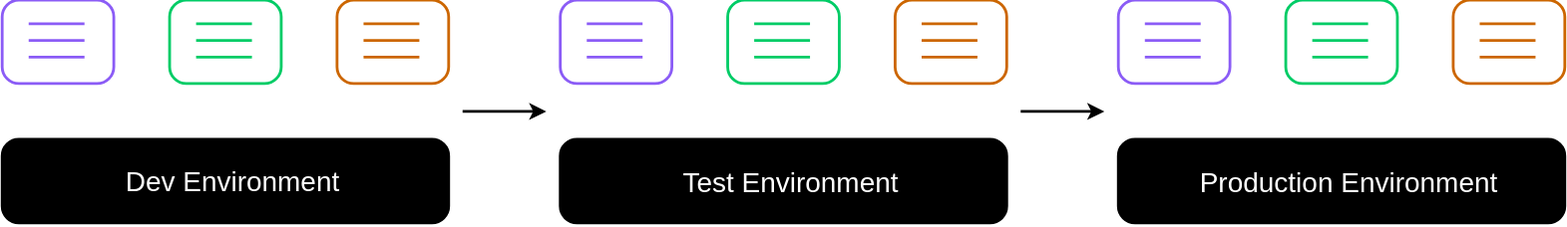
Before: presentation/assets/images/02_virtualization_vs_containerization/component-migration.svg, a diagram exported from draw.io (Gepardec/containerization-training). Source tidied: cells renumbered, new cells last; positions are measured from the earlier drawing's top-left corner, leaving out a move shared by most shapes. Source of this version:
```xml
<mxGraphModel>
  <root>
    <mxCell id="0" />
    <mxCell id="1" parent="0" />
    <mxCell id="2" style="rounded=1;whiteSpace=wrap;html=1;arcSize=20;fontSize=18;align=center;perimeterSpacing=0;spacingLeft=10;strokeColor=#8B5CF6;strokeWidth=2;fillColor=none;" parent="1" vertex="1">
      <mxGeometry width="80" height="60" as="geometry" />
    </mxCell>
    <mxCell id="3" style="endArrow=none;html=1;rounded=0;strokeColor=#8B5CF6;strokeWidth=2;" parent="1" edge="1">
      <mxGeometry relative="1" as="geometry">
        <mxPoint x="19" y="17" as="sourcePoint" />
        <mxPoint x="59" y="17" as="targetPoint" />
      </mxGeometry>
    </mxCell>
    <mxCell id="4" style="endArrow=none;html=1;rounded=0;strokeColor=#8B5CF6;strokeWidth=2;" parent="1" edge="1">
      <mxGeometry relative="1" as="geometry">
        <mxPoint x="19" y="29" as="sourcePoint" />
        <mxPoint x="59" y="29" as="targetPoint" />
      </mxGeometry>
    </mxCell>
    <mxCell id="5" style="endArrow=none;html=1;rounded=0;strokeColor=#8B5CF6;strokeWidth=2;" parent="1" edge="1">
      <mxGeometry relative="1" as="geometry">
        <mxPoint x="19" y="41" as="sourcePoint" />
        <mxPoint x="59" y="41" as="targetPoint" />
      </mxGeometry>
    </mxCell>
    <mxCell id="6" style="rounded=1;whiteSpace=wrap;html=1;arcSize=20;fontSize=18;align=center;perimeterSpacing=0;spacingLeft=10;strokeColor=#00CC66;strokeWidth=2;fillColor=none;" parent="1" vertex="1">
      <mxGeometry x="120" width="80" height="60" as="geometry" />
    </mxCell>
    <mxCell id="7" style="endArrow=none;html=1;rounded=0;strokeColor=#00CC66;strokeWidth=2;" parent="1" edge="1">
      <mxGeometry relative="1" as="geometry">
        <mxPoint x="139" y="17" as="sourcePoint" />
        <mxPoint x="179" y="17" as="targetPoint" />
      </mxGeometry>
    </mxCell>
    <mxCell id="8" style="endArrow=none;html=1;rounded=0;strokeColor=#00CC66;strokeWidth=2;" parent="1" edge="1">
      <mxGeometry relative="1" as="geometry">
        <mxPoint x="139" y="29" as="sourcePoint" />
        <mxPoint x="179" y="29" as="targetPoint" />
      </mxGeometry>
    </mxCell>
    <mxCell id="9" style="endArrow=none;html=1;rounded=0;strokeColor=#00CC66;strokeWidth=2;" parent="1" edge="1">
      <mxGeometry relative="1" as="geometry">
        <mxPoint x="139" y="41" as="sourcePoint" />
        <mxPoint x="179" y="41" as="targetPoint" />
      </mxGeometry>
    </mxCell>
    <mxCell id="10" style="rounded=1;whiteSpace=wrap;html=1;arcSize=20;fontSize=18;align=center;perimeterSpacing=0;spacingLeft=10;strokeColor=#CC6600;strokeWidth=2;fillColor=none;" parent="1" vertex="1">
      <mxGeometry x="240" width="80" height="60" as="geometry" />
    </mxCell>
    <mxCell id="11" style="endArrow=none;html=1;rounded=0;strokeColor=#CC6600;strokeWidth=2;" parent="1" edge="1">
      <mxGeometry relative="1" as="geometry">
        <mxPoint x="259" y="17" as="sourcePoint" />
        <mxPoint x="299" y="17" as="targetPoint" />
      </mxGeometry>
    </mxCell>
    <mxCell id="12" style="endArrow=none;html=1;rounded=0;strokeColor=#CC6600;strokeWidth=2;" parent="1" edge="1">
      <mxGeometry relative="1" as="geometry">
        <mxPoint x="259" y="29" as="sourcePoint" />
        <mxPoint x="299" y="29" as="targetPoint" />
      </mxGeometry>
    </mxCell>
    <mxCell id="13" style="endArrow=none;html=1;rounded=0;strokeColor=#CC6600;strokeWidth=2;" parent="1" edge="1">
      <mxGeometry relative="1" as="geometry">
        <mxPoint x="259" y="41" as="sourcePoint" />
        <mxPoint x="299" y="41" as="targetPoint" />
      </mxGeometry>
    </mxCell>
    <mxCell id="14" style="rounded=1;whiteSpace=wrap;html=1;arcSize=20;fontSize=18;align=center;perimeterSpacing=0;spacingLeft=10;strokeColor=#8B5CF6;strokeWidth=2;fillColor=none;" parent="1" vertex="1">
      <mxGeometry x="400" width="80" height="60" as="geometry" />
    </mxCell>
    <mxCell id="15" style="endArrow=none;html=1;rounded=0;strokeColor=#8B5CF6;strokeWidth=2;" parent="1" edge="1">
      <mxGeometry relative="1" as="geometry">
        <mxPoint x="419" y="17" as="sourcePoint" />
        <mxPoint x="459" y="17" as="targetPoint" />
      </mxGeometry>
    </mxCell>
    <mxCell id="16" style="endArrow=none;html=1;rounded=0;strokeColor=#8B5CF6;strokeWidth=2;" parent="1" edge="1">
      <mxGeometry relative="1" as="geometry">
        <mxPoint x="419" y="29" as="sourcePoint" />
        <mxPoint x="459" y="29" as="targetPoint" />
      </mxGeometry>
    </mxCell>
    <mxCell id="17" style="endArrow=none;html=1;rounded=0;strokeColor=#8B5CF6;strokeWidth=2;" parent="1" edge="1">
      <mxGeometry relative="1" as="geometry">
        <mxPoint x="419" y="41" as="sourcePoint" />
        <mxPoint x="459" y="41" as="targetPoint" />
      </mxGeometry>
    </mxCell>
    <mxCell id="18" style="rounded=1;whiteSpace=wrap;html=1;arcSize=20;fontSize=18;align=center;perimeterSpacing=0;spacingLeft=10;strokeColor=#00CC66;strokeWidth=2;fillColor=none;" parent="1" vertex="1">
      <mxGeometry x="520" width="80" height="60" as="geometry" />
    </mxCell>
    <mxCell id="19" style="endArrow=none;html=1;rounded=0;strokeColor=#00CC66;strokeWidth=2;" parent="1" edge="1">
      <mxGeometry relative="1" as="geometry">
        <mxPoint x="539" y="17" as="sourcePoint" />
        <mxPoint x="579" y="17" as="targetPoint" />
      </mxGeometry>
    </mxCell>
    <mxCell id="20" style="endArrow=none;html=1;rounded=0;strokeColor=#00CC66;strokeWidth=2;" parent="1" edge="1">
      <mxGeometry relative="1" as="geometry">
        <mxPoint x="539" y="29" as="sourcePoint" />
        <mxPoint x="579" y="29" as="targetPoint" />
      </mxGeometry>
    </mxCell>
    <mxCell id="21" style="endArrow=none;html=1;rounded=0;strokeColor=#00CC66;strokeWidth=2;" parent="1" edge="1">
      <mxGeometry relative="1" as="geometry">
        <mxPoint x="539" y="41" as="sourcePoint" />
        <mxPoint x="579" y="41" as="targetPoint" />
      </mxGeometry>
    </mxCell>
    <mxCell id="22" style="rounded=1;whiteSpace=wrap;html=1;arcSize=20;fontSize=18;align=center;perimeterSpacing=0;spacingLeft=10;strokeColor=#CC6600;strokeWidth=2;fillColor=none;" parent="1" vertex="1">
      <mxGeometry x="640" width="80" height="60" as="geometry" />
    </mxCell>
    <mxCell id="23" style="endArrow=none;html=1;rounded=0;strokeColor=#CC6600;strokeWidth=2;" parent="1" edge="1">
      <mxGeometry relative="1" as="geometry">
        <mxPoint x="659" y="17" as="sourcePoint" />
        <mxPoint x="699" y="17" as="targetPoint" />
      </mxGeometry>
    </mxCell>
    <mxCell id="24" style="endArrow=none;html=1;rounded=0;strokeColor=#CC6600;strokeWidth=2;" parent="1" edge="1">
      <mxGeometry relative="1" as="geometry">
        <mxPoint x="659" y="29" as="sourcePoint" />
        <mxPoint x="699" y="29" as="targetPoint" />
      </mxGeometry>
    </mxCell>
    <mxCell id="25" style="endArrow=none;html=1;rounded=0;strokeColor=#CC6600;strokeWidth=2;" parent="1" edge="1">
      <mxGeometry relative="1" as="geometry">
        <mxPoint x="659" y="41" as="sourcePoint" />
        <mxPoint x="699" y="41" as="targetPoint" />
      </mxGeometry>
    </mxCell>
    <mxCell id="26" value="&lt;font style=&quot;font-size: 20px;&quot;&gt;Dev Environment&lt;/font&gt;" style="rounded=1;whiteSpace=wrap;html=1;arcSize=20;fontSize=18;align=center;perimeterSpacing=0;spacingLeft=10;strokeColor=#000000;strokeWidth=2;fontColor=#FFFFFF;fillColor=#000000;" parent="1" vertex="1">
      <mxGeometry y="100" width="320" height="60" as="geometry" />
    </mxCell>
    <mxCell id="27" value="Test Environment" style="rounded=1;whiteSpace=wrap;html=1;arcSize=20;fontSize=20;align=center;perimeterSpacing=0;spacingLeft=10;strokeColor=#000000;strokeWidth=2;fontColor=#FFFFFF;fillColor=#000000;" parent="1" vertex="1">
      <mxGeometry x="400" y="100" width="320" height="60" as="geometry" />
    </mxCell>
    <mxCell id="28" style="endArrow=classic;html=1;rounded=0;fontSize=20;fontColor=#000000;strokeColor=#000000;strokeWidth=2;" parent="1" edge="1">
      <mxGeometry relative="1" as="geometry">
        <mxPoint x="330" y="80" as="sourcePoint" />
        <mxPoint x="390" y="80" as="targetPoint" />
      </mxGeometry>
    </mxCell>
    <mxCell id="29" style="rounded=1;whiteSpace=wrap;html=1;arcSize=20;fontSize=18;align=center;perimeterSpacing=0;spacingLeft=10;strokeColor=#8B5CF6;strokeWidth=2;fillColor=none;" parent="1" vertex="1">
      <mxGeometry x="800" width="80" height="60" as="geometry" />
    </mxCell>
    <mxCell id="30" style="endArrow=none;html=1;rounded=0;strokeColor=#8B5CF6;strokeWidth=2;" parent="1" edge="1">
      <mxGeometry relative="1" as="geometry">
        <mxPoint x="819" y="17" as="sourcePoint" />
        <mxPoint x="859" y="17" as="targetPoint" />
      </mxGeometry>
    </mxCell>
    <mxCell id="31" style="endArrow=none;html=1;rounded=0;strokeColor=#8B5CF6;strokeWidth=2;" parent="1" edge="1">
      <mxGeometry relative="1" as="geometry">
        <mxPoint x="819" y="29" as="sourcePoint" />
        <mxPoint x="859" y="29" as="targetPoint" />
      </mxGeometry>
    </mxCell>
    <mxCell id="32" style="endArrow=none;html=1;rounded=0;strokeColor=#8B5CF6;strokeWidth=2;" parent="1" edge="1">
      <mxGeometry relative="1" as="geometry">
        <mxPoint x="819" y="41" as="sourcePoint" />
        <mxPoint x="859" y="41" as="targetPoint" />
      </mxGeometry>
    </mxCell>
    <mxCell id="33" style="rounded=1;whiteSpace=wrap;html=1;arcSize=20;fontSize=18;align=center;perimeterSpacing=0;spacingLeft=10;strokeColor=#00CC66;strokeWidth=2;fillColor=none;" parent="1" vertex="1">
      <mxGeometry x="920" width="80" height="60" as="geometry" />
    </mxCell>
    <mxCell id="34" style="endArrow=none;html=1;rounded=0;strokeColor=#00CC66;strokeWidth=2;" parent="1" edge="1">
      <mxGeometry relative="1" as="geometry">
        <mxPoint x="939" y="17" as="sourcePoint" />
        <mxPoint x="979" y="17" as="targetPoint" />
      </mxGeometry>
    </mxCell>
    <mxCell id="35" style="endArrow=none;html=1;rounded=0;strokeColor=#00CC66;strokeWidth=2;" parent="1" edge="1">
      <mxGeometry relative="1" as="geometry">
        <mxPoint x="939" y="29" as="sourcePoint" />
        <mxPoint x="979" y="29" as="targetPoint" />
      </mxGeometry>
    </mxCell>
    <mxCell id="36" style="endArrow=none;html=1;rounded=0;strokeColor=#00CC66;strokeWidth=2;" parent="1" edge="1">
      <mxGeometry relative="1" as="geometry">
        <mxPoint x="939" y="41" as="sourcePoint" />
        <mxPoint x="979" y="41" as="targetPoint" />
      </mxGeometry>
    </mxCell>
    <mxCell id="37" style="rounded=1;whiteSpace=wrap;html=1;arcSize=20;fontSize=18;align=center;perimeterSpacing=0;spacingLeft=10;strokeColor=#CC6600;strokeWidth=2;fillColor=none;" parent="1" vertex="1">
      <mxGeometry x="1040" width="80" height="60" as="geometry" />
    </mxCell>
    <mxCell id="38" style="endArrow=none;html=1;rounded=0;strokeColor=#CC6600;strokeWidth=2;" parent="1" edge="1">
      <mxGeometry relative="1" as="geometry">
        <mxPoint x="1059" y="17" as="sourcePoint" />
        <mxPoint x="1099" y="17" as="targetPoint" />
      </mxGeometry>
    </mxCell>
    <mxCell id="39" style="endArrow=none;html=1;rounded=0;strokeColor=#CC6600;strokeWidth=2;" parent="1" edge="1">
      <mxGeometry relative="1" as="geometry">
        <mxPoint x="1059" y="29" as="sourcePoint" />
        <mxPoint x="1099" y="29" as="targetPoint" />
      </mxGeometry>
    </mxCell>
    <mxCell id="40" style="endArrow=none;html=1;rounded=0;strokeColor=#CC6600;strokeWidth=2;" parent="1" edge="1">
      <mxGeometry relative="1" as="geometry">
        <mxPoint x="1059" y="41" as="sourcePoint" />
        <mxPoint x="1099" y="41" as="targetPoint" />
      </mxGeometry>
    </mxCell>
    <mxCell id="41" value="Production Environment" style="rounded=1;whiteSpace=wrap;html=1;arcSize=20;fontSize=20;align=center;perimeterSpacing=0;spacingLeft=10;strokeColor=#000000;strokeWidth=2;fontColor=#FFFFFF;fillColor=#000000;" parent="1" vertex="1">
      <mxGeometry x="800" y="100" width="320" height="60" as="geometry" />
    </mxCell>
    <mxCell id="42" style="endArrow=classic;html=1;rounded=0;fontSize=20;fontColor=#000000;strokeColor=#000000;strokeWidth=2;" parent="1" edge="1">
      <mxGeometry relative="1" as="geometry">
        <mxPoint x="730" y="80" as="sourcePoint" />
        <mxPoint x="790" y="80" as="targetPoint" />
      </mxGeometry>
    </mxCell>
  </root>
</mxGraphModel>
```
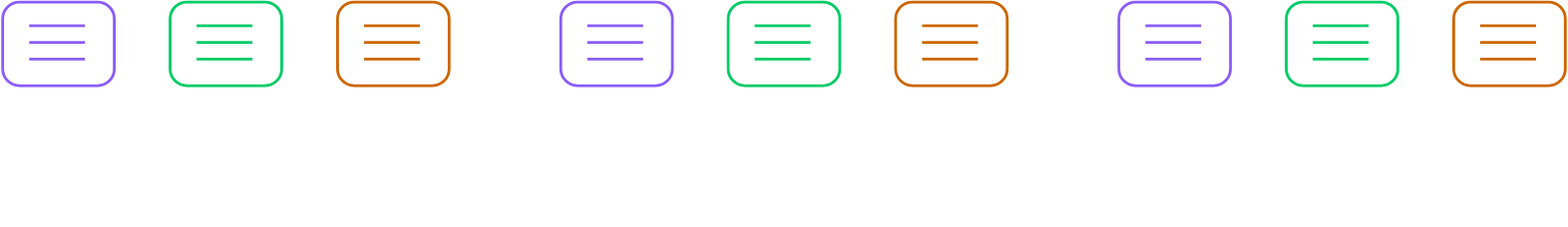
After the commit.

What changed in the source:
```diff
@@ -128,13 +128,13 @@
         <mxPoint x="699" y="41" as="targetPoint" />
       </mxGeometry>
     </mxCell>
-    <mxCell id="26" value="&lt;font style=&quot;font-size: 20px;&quot;&gt;Dev Environment&lt;/font&gt;" style="rounded=1;whiteSpace=wrap;html=1;arcSize=20;fontSize=18;align=center;perimeterSpacing=0;spacingLeft=10;strokeColor=#000000;strokeWidth=2;fontColor=#FFFFFF;fillColor=#000000;" parent="1" vertex="1">
+    <mxCell id="26" value="&lt;font style=&quot;font-size: 20px;&quot;&gt;Dev Environment&lt;/font&gt;" style="rounded=1;whiteSpace=wrap;html=1;arcSize=20;fontSize=18;align=center;perimeterSpacing=0;spacingLeft=10;strokeColor=#FFFFFF;strokeWidth=2;fontColor=#FFFFFF;fillColor=none;" parent="1" vertex="1">
       <mxGeometry y="100" width="320" height="60" as="geometry" />
     </mxCell>
-    <mxCell id="27" value="Test Environment" style="rounded=1;whiteSpace=wrap;html=1;arcSize=20;fontSize=20;align=center;perimeterSpacing=0;spacingLeft=10;strokeColor=#000000;strokeWidth=2;fontColor=#FFFFFF;fillColor=#000000;" parent="1" vertex="1">
+    <mxCell id="27" value="Test Environment" style="rounded=1;whiteSpace=wrap;html=1;arcSize=20;fontSize=20;align=center;perimeterSpacing=0;spacingLeft=10;strokeColor=#FFFFFF;strokeWidth=2;fontColor=#FFFFFF;fillColor=none;" parent="1" vertex="1">
       <mxGeometry x="400" y="100" width="320" height="60" as="geometry" />
     </mxCell>
-    <mxCell id="28" style="endArrow=classic;html=1;rounded=0;fontSize=20;fontColor=#000000;strokeColor=#000000;strokeWidth=2;" parent="1" edge="1">
+    <mxCell id="28" style="endArrow=classic;html=1;rounded=0;fontSize=20;fontColor=#000000;strokeColor=#FFFFFF;strokeWidth=2;" parent="1" edge="1">
       <mxGeometry relative="1" as="geometry">
         <mxPoint x="330" y="80" as="sourcePoint" />
         <mxPoint x="390" y="80" as="targetPoint" />
@@ -203,10 +203,10 @@
         <mxPoint x="1099" y="41" as="targetPoint" />
       </mxGeometry>
     </mxCell>
-    <mxCell id="41" value="Production Environment" style="rounded=1;whiteSpace=wrap;html=1;arcSize=20;fontSize=20;align=center;perimeterSpacing=0;spacingLeft=10;strokeColor=#000000;strokeWidth=2;fontColor=#FFFFFF;fillColor=#000000;" parent="1" vertex="1">
+    <mxCell id="41" value="Production Environment" style="rounded=1;whiteSpace=wrap;html=1;arcSize=20;fontSize=20;align=center;perimeterSpacing=0;spacingLeft=10;strokeColor=#FFFFFF;strokeWidth=2;fontColor=#FFFFFF;fillColor=none;" parent="1" vertex="1">
       <mxGeometry x="800" y="100" width="320" height="60" as="geometry" />
     </mxCell>
-    <mxCell id="42" style="endArrow=classic;html=1;rounded=0;fontSize=20;fontColor=#000000;strokeColor=#000000;strokeWidth=2;" parent="1" edge="1">
+    <mxCell id="42" style="endArrow=classic;html=1;rounded=0;fontSize=20;fontColor=#000000;strokeColor=#FFFFFF;strokeWidth=2;" parent="1" edge="1">
       <mxGeometry relative="1" as="geometry">
         <mxPoint x="730" y="80" as="sourcePoint" />
         <mxPoint x="790" y="80" as="targetPoint" />
```
